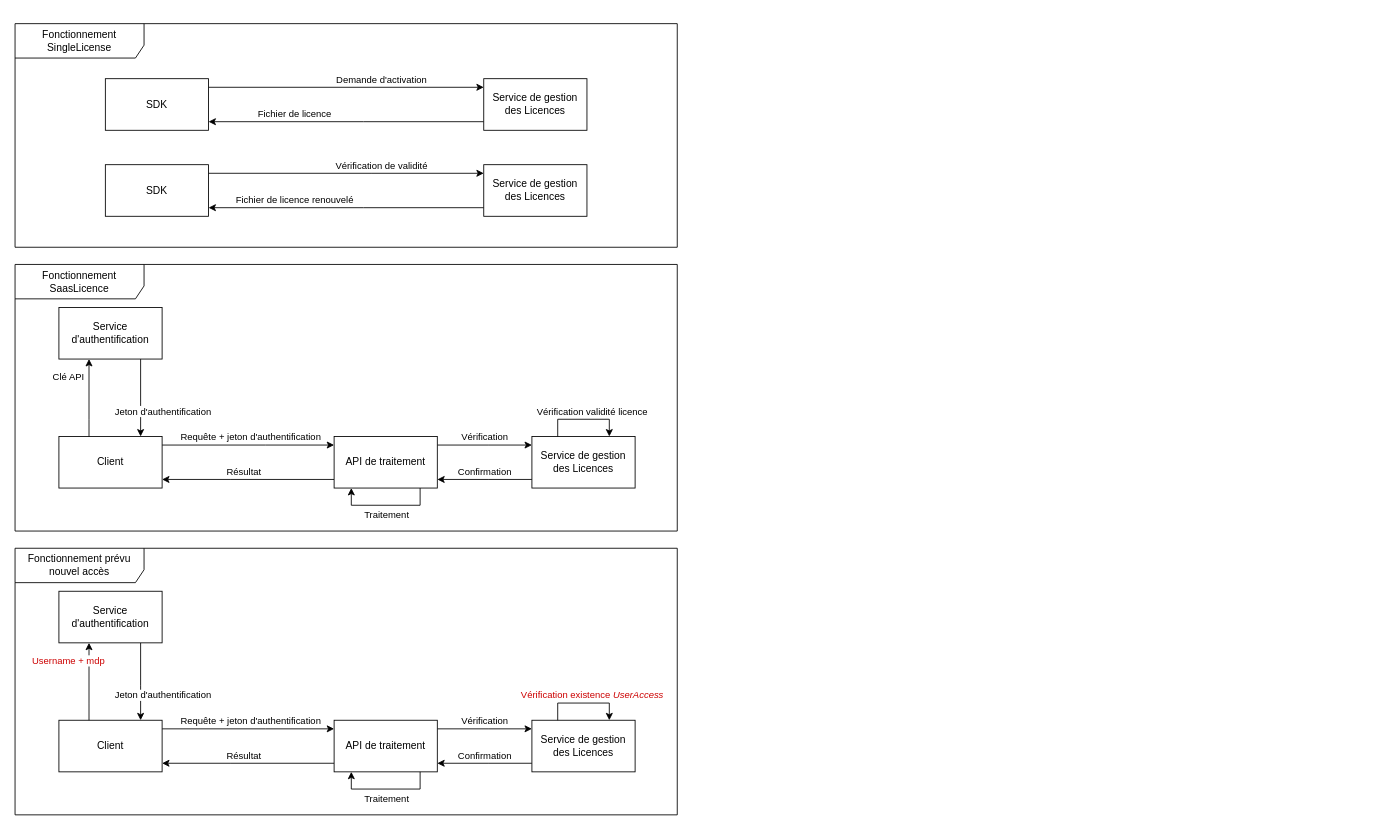
Before: Diagramme sans nom.drawio in Smaxxe/ProjetStage, a draw.io diagram. Source tidied: cells renumbered, new cells numbered last; positions are measured from the earlier drawing's top-left corner, leaving out a move shared by most shapes. Both pictures are drawn from the tidied source at 86%, with x=0, y=0 at pixel (15, 23).
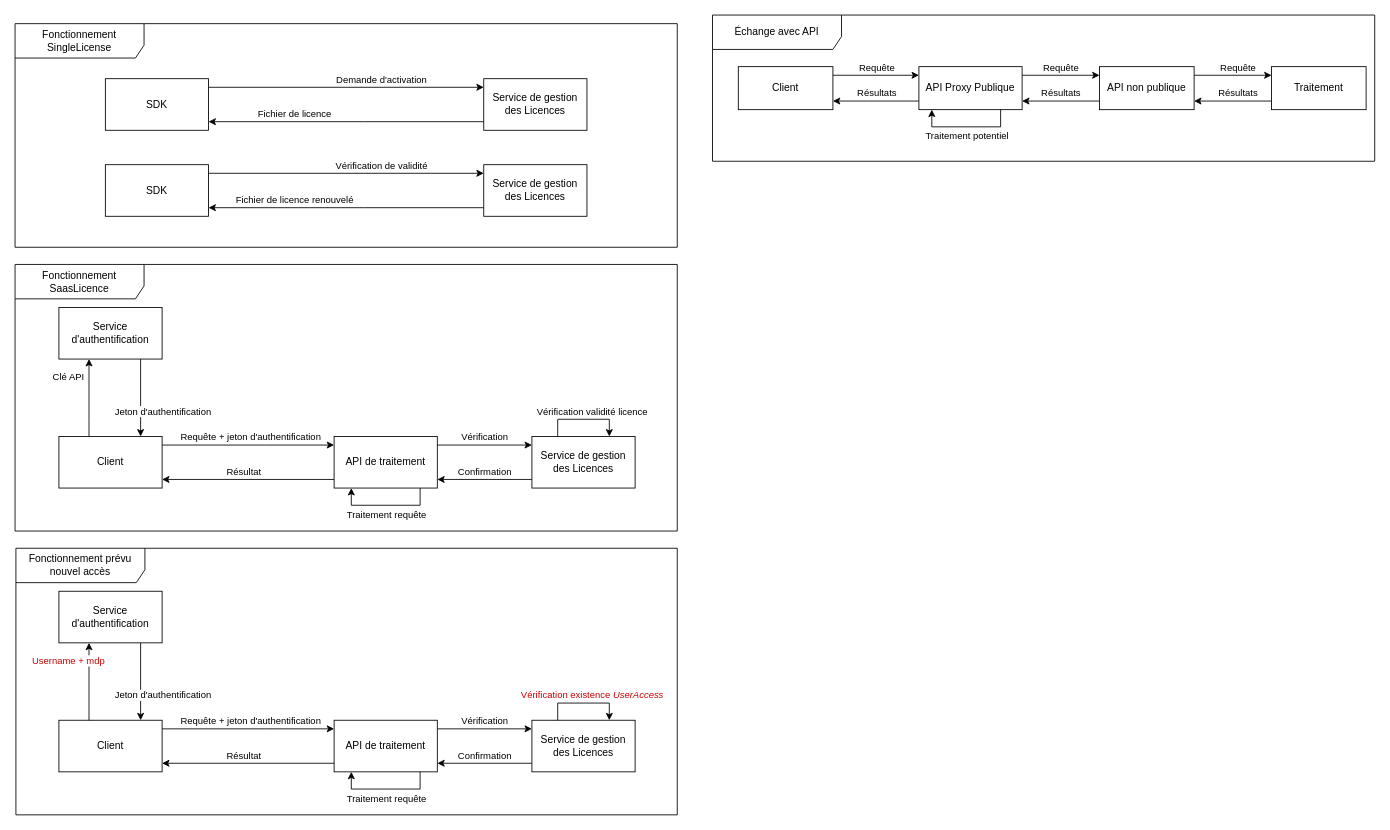
Above is the later version.

Commit message:
Mettre à jour Diagramme sans nom.drawio

The change refers to these unchanged cells:
```xml
<mxCell id="53" style="edgeStyle=orthogonalEdgeStyle;rounded=0;orthogonalLoop=1;jettySize=auto;html=1;shadow=0;" parent="1" edge="1" source="9" target="9">
  <mxGeometry relative="1" as="geometry">
    <Array as="points">
      <mxPoint x="471" y="560" />
      <mxPoint x="391" y="550" />
    </Array>
  </mxGeometry>
</mxCell>
<mxCell id="55" style="edgeStyle=orthogonalEdgeStyle;rounded=0;orthogonalLoop=1;jettySize=auto;html=1;shadow=0;" parent="1" edge="1">
  <mxGeometry relative="1" as="geometry">
    <mxPoint x="471" y="870" as="sourcePoint" />
    <mxPoint x="391" y="870" as="targetPoint" />
    <Array as="points">
      <mxPoint x="471" y="890" />
      <mxPoint x="391" y="880" />
    </Array>
  </mxGeometry>
</mxCell>
```

The edit, as a diff of the source:
```diff
@@
     <mxCell id="45" value="&lt;div&gt;Fonctionnement prévu&lt;/div&gt;&lt;div&gt;nouvel accès&lt;br&gt;&lt;/div&gt;" style="shape=umlFrame;whiteSpace=wrap;html=1;width=150;height=40;" parent="1" vertex="1">
-      <mxGeometry y="610" width="770" height="310" as="geometry" />
+      <mxGeometry x="1" y="610" width="769" height="310" as="geometry" />
     </mxCell>
@@
-    <mxCell id="54" value="Traitement" style="edgeLabel;html=1;align=center;verticalAlign=middle;" parent="53" vertex="1">
+    <mxCell id="54" value="Traitement requête" style="edgeLabel;html=1;align=center;verticalAlign=middle;" parent="53" vertex="1">
       <mxGeometry x="0.29" y="3" relative="1" as="geometry">
         <mxPoint x="17" y="7" as="offset" />
       </mxGeometry>
     </mxCell>
@@
-    <mxCell id="56" value="Traitement" style="edgeLabel;html=1;align=center;verticalAlign=middle;" parent="55" vertex="1">
+    <mxCell id="56" value="Traitement requête" style="edgeLabel;html=1;align=center;verticalAlign=middle;" parent="55" vertex="1">
       <mxGeometry x="0.29" y="3" relative="1" as="geometry">
         <mxPoint x="17" y="7" as="offset" />
       </mxGeometry>
     </mxCell>
+    <mxCell id="57" style="edgeStyle=orthogonalEdgeStyle;rounded=0;jettySize=auto;html=1;" parent="1" edge="1" source="59" target="64">
+      <mxGeometry relative="1" as="geometry">
+        <Array as="points">
+          <mxPoint x="1001" y="60" />
+          <mxPoint x="1001" y="60" />
+        </Array>
+      </mxGeometry>
+    </mxCell>
+    <mxCell id="58" value="Requête" style="edgeLabel;html=1;align=center;verticalAlign=middle;" parent="57" vertex="1">
+      <mxGeometry x="-0.26" y="3" relative="1" as="geometry">
+        <mxPoint x="13" y="-7" as="offset" />
+      </mxGeometry>
+    </mxCell>
+    <mxCell id="59" value="Client" style="rounded=0;whiteSpace=wrap;html=1;" parent="1" vertex="1">
+      <mxGeometry x="841" y="50" width="110" height="50" as="geometry" />
+    </mxCell>
+    <mxCell id="60" style="edgeStyle=orthogonalEdgeStyle;rounded=0;jettySize=auto;html=1;" parent="1" edge="1" source="64" target="69">
+      <mxGeometry relative="1" as="geometry">
+        <Array as="points">
+          <mxPoint x="1221" y="60" />
+          <mxPoint x="1221" y="60" />
+        </Array>
+      </mxGeometry>
+    </mxCell>
+    <mxCell id="61" value="Requête" style="edgeLabel;html=1;align=center;verticalAlign=middle;" parent="60" vertex="1">
+      <mxGeometry x="0.34" relative="1" as="geometry">
+        <mxPoint x="-16" y="-10" as="offset" />
+      </mxGeometry>
+    </mxCell>
+    <mxCell id="62" style="edgeStyle=orthogonalEdgeStyle;rounded=0;jettySize=auto;html=1;" parent="1" edge="1" source="64" target="59">
+      <mxGeometry relative="1" as="geometry">
+        <Array as="points">
+          <mxPoint x="991" y="90" />
+          <mxPoint x="991" y="90" />
+        </Array>
+      </mxGeometry>
+    </mxCell>
+    <mxCell id="63" value="&lt;div&gt;Résultats&lt;/div&gt;" style="edgeLabel;html=1;align=center;verticalAlign=middle;" parent="62" vertex="1">
+      <mxGeometry x="-0.14" y="-1" relative="1" as="geometry">
+        <mxPoint x="-7" y="-9" as="offset" />
+      </mxGeometry>
+    </mxCell>
+    <mxCell id="64" value="API Proxy Publique" style="rounded=0;whiteSpace=wrap;html=1;" parent="1" vertex="1">
+      <mxGeometry x="1051" y="50" width="120" height="50" as="geometry" />
+    </mxCell>
+    <mxCell id="65" style="edgeStyle=orthogonalEdgeStyle;rounded=0;jettySize=auto;html=1;" parent="1" edge="1" source="69" target="64">
+      <mxGeometry relative="1" as="geometry">
+        <Array as="points">
+          <mxPoint x="1221" y="90" />
+          <mxPoint x="1221" y="90" />
+        </Array>
+      </mxGeometry>
+    </mxCell>
+    <mxCell id="66" value="&lt;div&gt;Résultats&lt;/div&gt;" style="edgeLabel;html=1;align=center;verticalAlign=middle;" parent="65" vertex="1">
+      <mxGeometry x="-0.33" relative="1" as="geometry">
+        <mxPoint x="-16" y="-10" as="offset" />
+      </mxGeometry>
+    </mxCell>
+    <mxCell id="67" style="edgeStyle=orthogonalEdgeStyle;rounded=0;jettySize=auto;html=1;" parent="1" edge="1" source="69" target="74">
+      <mxGeometry relative="1" as="geometry">
+        <Array as="points">
+          <mxPoint x="1421" y="60" />
+          <mxPoint x="1421" y="60" />
+        </Array>
+      </mxGeometry>
+    </mxCell>
+    <mxCell id="68" value="Requête" style="edgeLabel;html=1;align=center;verticalAlign=middle;" parent="67" vertex="1">
+      <mxGeometry x="-0.17" relative="1" as="geometry">
+        <mxPoint x="13" y="-10" as="offset" />
+      </mxGeometry>
+    </mxCell>
+    <mxCell id="69" value="API non publique" style="rounded=0;whiteSpace=wrap;html=1;" parent="1" vertex="1">
+      <mxGeometry x="1261" y="50" width="110" height="50" as="geometry" />
+    </mxCell>
+    <mxCell id="70" style="edgeStyle=orthogonalEdgeStyle;rounded=0;orthogonalLoop=1;jettySize=auto;html=1;shadow=0;" parent="1" edge="1">
+      <mxGeometry relative="1" as="geometry">
+        <mxPoint x="1146" y="100" as="sourcePoint" />
+        <mxPoint x="1066" y="100" as="targetPoint" />
+        <Array as="points">
+          <mxPoint x="1146" y="120" />
+          <mxPoint x="1066" y="110" />
+        </Array>
+      </mxGeometry>
+    </mxCell>
+    <mxCell id="71" value="Traitement potentiel" style="edgeLabel;html=1;align=center;verticalAlign=middle;" parent="70" vertex="1">
+      <mxGeometry x="0.29" y="3" relative="1" as="geometry">
+        <mxPoint x="17" y="7" as="offset" />
+      </mxGeometry>
+    </mxCell>
+    <mxCell id="72" style="edgeStyle=orthogonalEdgeStyle;rounded=0;jettySize=auto;html=1;" parent="1" edge="1" source="74" target="69">
+      <mxGeometry relative="1" as="geometry">
+        <Array as="points">
+          <mxPoint x="1431" y="90" />
+          <mxPoint x="1431" y="90" />
+        </Array>
+      </mxGeometry>
+    </mxCell>
+    <mxCell id="73" value="Résultats" style="edgeLabel;html=1;align=center;verticalAlign=middle;" parent="72" vertex="1">
+      <mxGeometry x="-0.27" y="2" relative="1" as="geometry">
+        <mxPoint x="-7" y="-12" as="offset" />
+      </mxGeometry>
+    </mxCell>
+    <mxCell id="74" value="Traitement" style="rounded=0;whiteSpace=wrap;html=1;" parent="1" vertex="1">
+      <mxGeometry x="1461" y="50" width="110" height="50" as="geometry" />
+    </mxCell>
+    <mxCell id="75" value="Échange avec API " style="shape=umlFrame;whiteSpace=wrap;html=1;width=150;height=40;" parent="1" vertex="1">
+      <mxGeometry x="811" y="-10" width="770" height="170" as="geometry" />
+    </mxCell>
```
